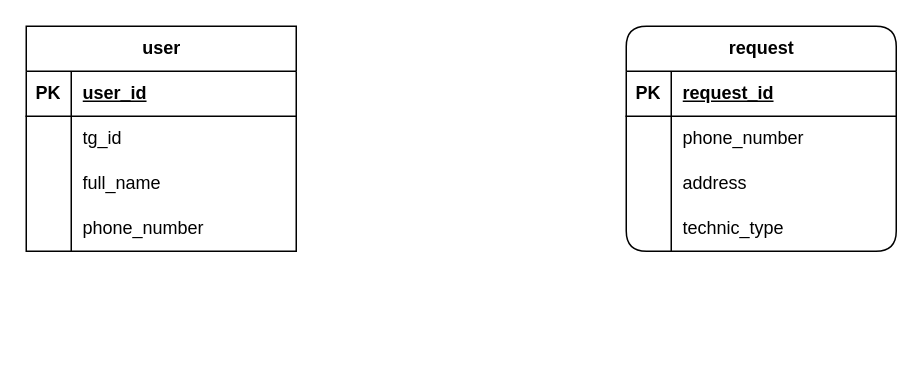
Above: Диаграмма без названия.drawio in roge111/MasterBot (draw.io), before the change. Source tidied: cells renumbered, new cells numbered last; positions are measured from the earlier drawing's top-left corner, leaving out a move shared by most shapes. Both pictures are drawn from the tidied source at 150%, with x=0, y=0 at pixel (26, 26).
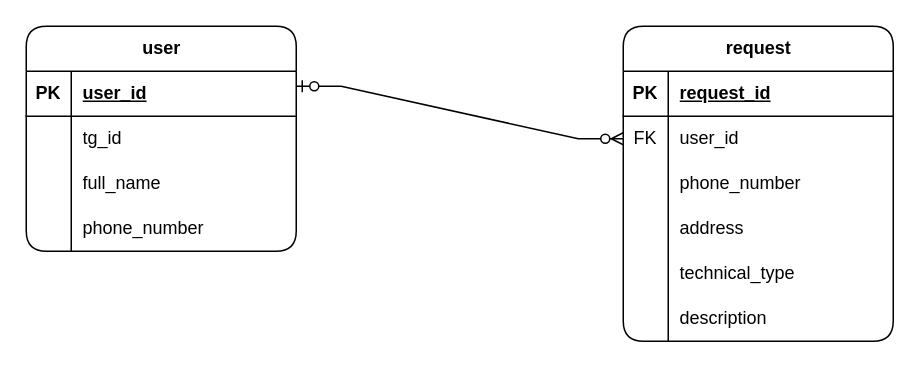
The same diagram, later.

Diff of the diagram source:
```diff
@@
-    <mxCell id="2" value="user" style="shape=table;startSize=30;childLayout=tableLayout;rowLines=0;fontStyle=1;align=center;html=1;" parent="1" vertex="1">
+    <mxCell id="2" value="user" style="shape=table;startSize=30;childLayout=tableLayout;rowLines=0;fontStyle=1;align=center;html=1;rounded=1;" parent="1" vertex="1">
       <mxGeometry width="180" height="150" as="geometry" />
     </mxCell>
@@
     <mxCell id="15" value="request" style="shape=table;startSize=30;childLayout=tableLayout;rowLines=0;fontStyle=1;align=center;html=1;rounded=1;" parent="1" vertex="1">
-      <mxGeometry x="400" width="180" height="150" as="geometry" />
+      <mxGeometry x="398" width="180" height="210" as="geometry" />
     </mxCell>
@@
+    <mxCell id="28" style="shape=tableRow;horizontal=0;startSize=0;swimlaneHead=0;swimlaneBody=0;fillColor=none;points=[[0,0.5],[1,0.5]];portConstraint=eastwest;top=0;left=0;right=0;bottom=0;" parent="15" vertex="1">
+      <mxGeometry y="60" width="180" height="30" as="geometry" />
+    </mxCell>
+    <mxCell id="29" value="FK" style="shape=partialRectangle;fillColor=none;top=0;left=0;bottom=0;right=0;overflow=hidden;whiteSpace=wrap;html=1;" parent="28" vertex="1">
+      <mxGeometry width="30" height="30" as="geometry" />
+    </mxCell>
+    <mxCell id="30" value="user_id" style="shape=partialRectangle;fillColor=none;top=0;left=0;bottom=0;right=0;align=left;spacingLeft=6;overflow=hidden;whiteSpace=wrap;html=1;" parent="28" vertex="1">
+      <mxGeometry x="30" width="150" height="30" as="geometry" />
+    </mxCell>
     <mxCell id="19" style="shape=tableRow;horizontal=0;startSize=0;swimlaneHead=0;swimlaneBody=0;fillColor=none;top=0;left=0;right=0;bottom=0;" parent="15" vertex="1">
-      <mxGeometry y="60" width="180" height="30" as="geometry" />
+      <mxGeometry y="90" width="180" height="30" as="geometry" />
     </mxCell>
@@
     <mxCell id="22" style="shape=tableRow;horizontal=0;startSize=0;swimlaneHead=0;swimlaneBody=0;fillColor=none;top=0;left=0;right=0;bottom=0;" parent="15" vertex="1">
-      <mxGeometry y="90" width="180" height="30" as="geometry" />
+      <mxGeometry y="120" width="180" height="30" as="geometry" />
     </mxCell>
@@
     <mxCell id="25" style="shape=tableRow;horizontal=0;startSize=0;swimlaneHead=0;swimlaneBody=0;fillColor=none;top=0;left=0;right=0;bottom=0;" parent="15" vertex="1">
-      <mxGeometry y="120" width="180" height="30" as="geometry" />
+      <mxGeometry y="150" width="180" height="30" as="geometry" />
     </mxCell>
@@
-    <mxCell id="27" value="technic_type" style="shape=partialRectangle;fillColor=none;top=0;left=0;bottom=0;right=0;align=left;spacingLeft=6;overflow=hidden;whiteSpace=wrap;html=1;" parent="25" vertex="1">
+    <mxCell id="27" value="technical_type" style="shape=partialRectangle;fillColor=none;top=0;left=0;bottom=0;right=0;align=left;spacingLeft=6;overflow=hidden;whiteSpace=wrap;html=1;" parent="25" vertex="1">
       <mxGeometry x="30" width="150" height="30" as="geometry" />
     </mxCell>
+    <mxCell id="31" style="shape=tableRow;horizontal=0;startSize=0;swimlaneHead=0;swimlaneBody=0;fillColor=none;top=0;left=0;right=0;bottom=0;" parent="15" vertex="1">
+      <mxGeometry y="180" width="180" height="30" as="geometry" />
+    </mxCell>
+    <mxCell id="32" style="shape=partialRectangle;fillColor=none;top=0;left=0;bottom=0;right=0;overflow=hidden;whiteSpace=wrap;html=1;" parent="31" vertex="1">
+      <mxGeometry width="30" height="30" as="geometry" />
+    </mxCell>
+    <mxCell id="33" value="description" style="shape=partialRectangle;fillColor=none;top=0;left=0;bottom=0;right=0;align=left;spacingLeft=6;overflow=hidden;whiteSpace=wrap;html=1;" parent="31" vertex="1">
+      <mxGeometry x="30" width="150" height="30" as="geometry" />
+    </mxCell>
+    <mxCell id="34" style="edgeStyle=entityRelationEdgeStyle;fontSize=12;html=1;endArrow=ERzeroToMany;startArrow=ERzeroToOne;rounded=0;fontFamily=Helvetica;fontColor=default;fontStyle=1;entryX=0;entryY=0.5;entryDx=0;entryDy=0;" parent="1" edge="1" target="28">
+      <mxGeometry relative="1" as="geometry">
+        <mxPoint x="180" y="40" as="sourcePoint" />
+      </mxGeometry>
+    </mxCell>
```
